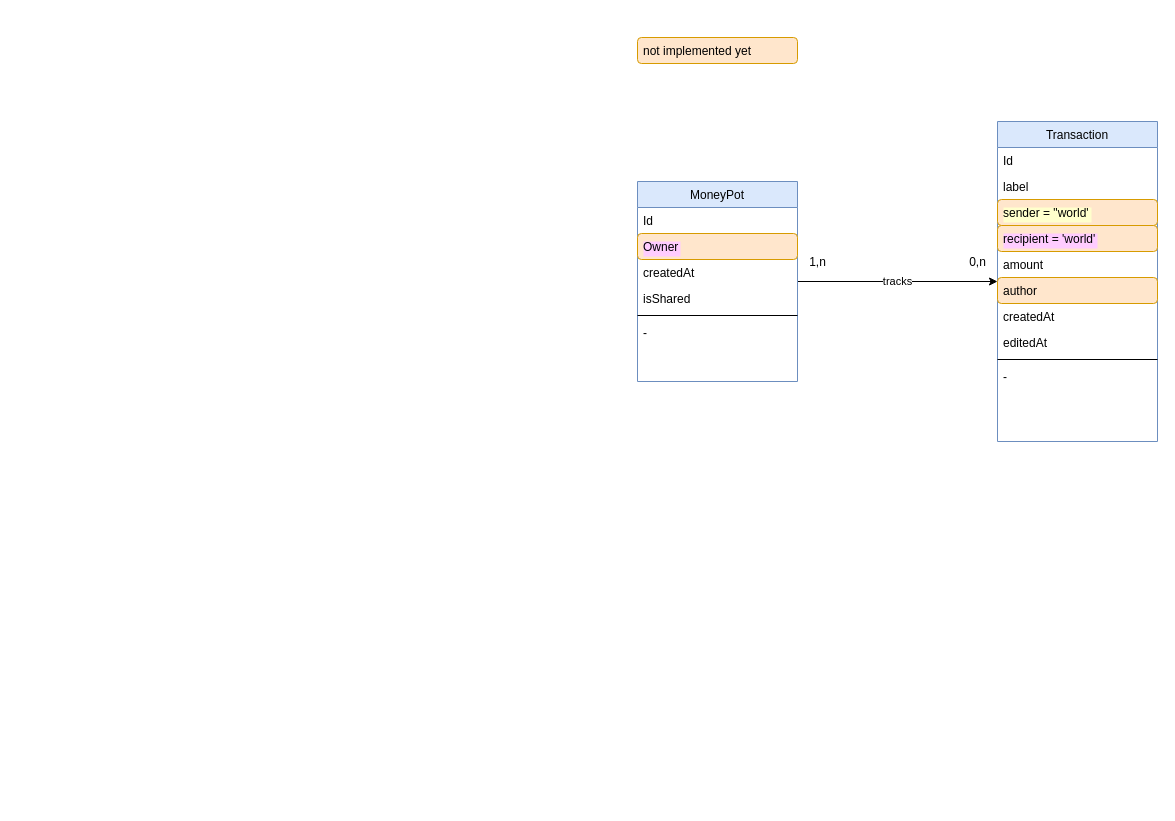
Earlier version of the draw.io diagram notes/conception/MoneyTalk-classDiag-prototypeSimpleVer.drawio (ECPGPP/MoneyTalkDevEnv). Source tidied: cells renumbered, new cells numbered last; positions are measured from the earlier drawing's top-left corner, leaving out a move shared by most shapes. Both pictures are drawn from the tidied source at 100%, with x=0, y=0 at pixel (637, 37).
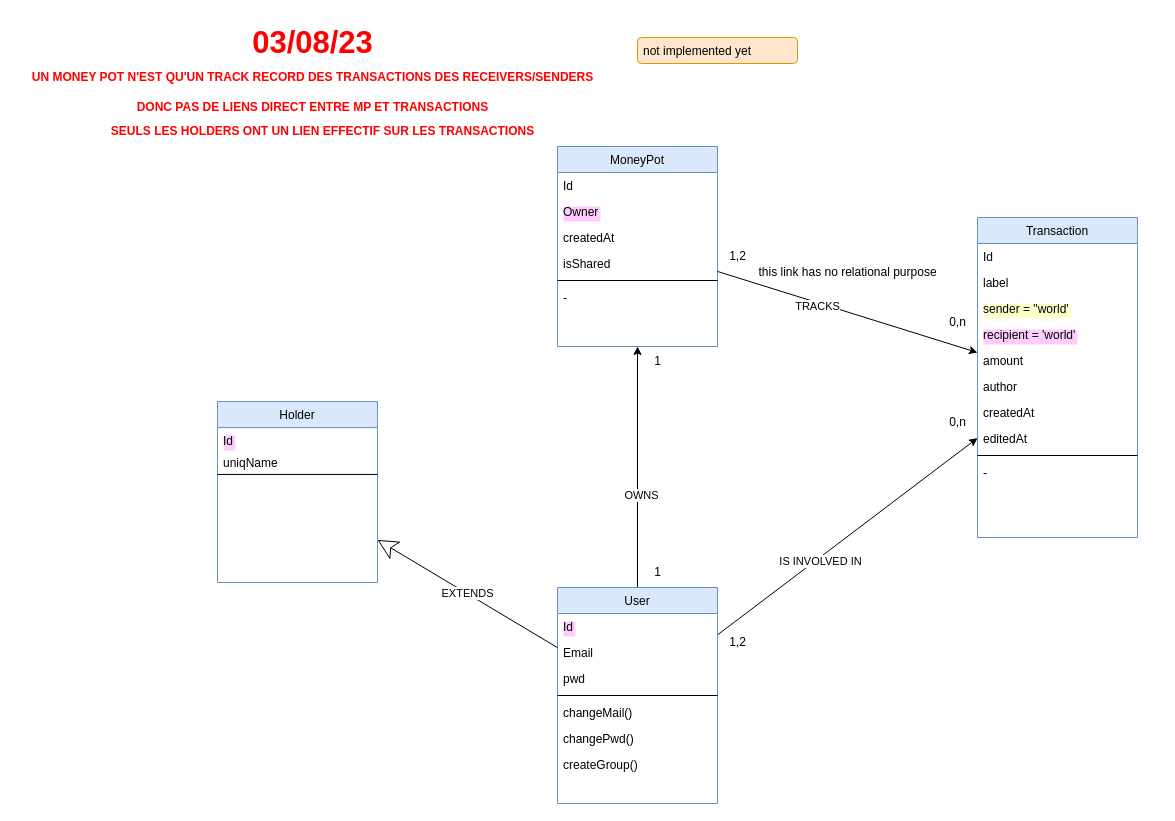
Above is the later version.

What changed in the source:
```diff
@@
-    <mxCell id="3" value="tracks" style="endArrow=classic;html=1;" parent="1" edge="1" source="5" target="14">
-      <mxGeometry relative="1" as="geometry" />
-    </mxCell>
-    <mxCell id="4" style="group;" parent="1" vertex="1">
-      <mxGeometry y="144" width="200" height="200" as="geometry" />
-    </mxCell>
-    <mxCell id="5" value="MoneyPot" style="swimlane;fontStyle=0;align=center;verticalAlign=top;horizontal=1;startSize=26;rounded=0;shadow=0;strokeWidth=1;glass=0;fillColor=#dae8fc;strokeColor=#6c8ebf;" parent="4" vertex="1">
-      <mxGeometry width="160" height="200" as="geometry" />
-    </mxCell>
-    <mxCell id="6" value="Id" style="text;align=left;verticalAlign=top;spacingLeft=4;spacingRight=4;overflow=hidden;rounded=1;shadow=0;html=0;" parent="5" vertex="1">
-      <mxGeometry y="26" width="160" height="26" as="geometry" />
-    </mxCell>
-    <mxCell id="7" value="Owner" style="text;align=left;verticalAlign=top;spacingLeft=4;spacingRight=4;overflow=hidden;rounded=1;shadow=0;html=0;labelBackgroundColor=#FFCCFF;strokeColor=#d79b00;fillColor=#ffe6cc;" parent="5" vertex="1">
-      <mxGeometry y="52" width="160" height="26" as="geometry" />
-    </mxCell>
-    <mxCell id="8" value="createdAt" style="text;align=left;verticalAlign=top;spacingLeft=4;spacingRight=4;overflow=hidden;rounded=1;shadow=0;html=0;" parent="5" vertex="1">
-      <mxGeometry y="78" width="160" height="26" as="geometry" />
-    </mxCell>
-    <mxCell id="9" value="isShared" style="text;align=left;verticalAlign=top;spacingLeft=4;spacingRight=4;overflow=hidden;rounded=1;shadow=0;html=0;" parent="5" vertex="1">
-      <mxGeometry y="104" width="160" height="26" as="geometry" />
-    </mxCell>
-    <mxCell id="10" style="line;html=1;strokeWidth=1;align=left;verticalAlign=middle;spacingTop=-1;spacingLeft=3;spacingRight=3;labelPosition=right;rounded=1;" parent="5" vertex="1">
-      <mxGeometry y="130" width="160" height="8" as="geometry" />
-    </mxCell>
-    <mxCell id="11" value="-" style="text;align=left;verticalAlign=top;spacingLeft=4;spacingRight=4;overflow=hidden;rounded=1;" parent="5" vertex="1">
-      <mxGeometry y="138" width="160" height="26" as="geometry" />
-    </mxCell>
-    <mxCell id="12" value="1,n" style="text;html=1;align=center;verticalAlign=middle;strokeColor=none;fillColor=none;" parent="4" vertex="1">
-      <mxGeometry x="160" y="66" width="40" height="30" as="geometry" />
-    </mxCell>
     <mxCell id="13" style="group;" parent="1" vertex="1">
-      <mxGeometry x="320" y="84" width="200" height="320" as="geometry" />
+      <mxGeometry x="300" y="180" width="200" height="320" as="geometry" />
     </mxCell>
+    <mxCell id="26" style="group;" parent="13" vertex="1">
+      <mxGeometry width="200" height="320" as="geometry" />
+    </mxCell>
-    <mxCell id="14" value="Transaction" style="swimlane;fontStyle=0;align=center;verticalAlign=top;horizontal=1;startSize=26;rounded=0;shadow=0;strokeWidth=1;glass=0;fillColor=#dae8fc;strokeColor=#6c8ebf;" parent="13" vertex="1">
+    <mxCell id="14" value="Transaction" style="swimlane;fontStyle=0;align=center;verticalAlign=top;horizontal=1;startSize=26;rounded=0;shadow=0;strokeWidth=1;glass=0;fillColor=#dae8fc;strokeColor=#6c8ebf;" parent="26" vertex="1">
       <mxGeometry x="40" width="160" height="320" as="geometry" />
     </mxCell>
@@
-    <mxCell id="17" value="sender = &quot;world'" style="text;align=left;verticalAlign=top;spacingLeft=4;spacingRight=4;overflow=hidden;rounded=1;shadow=0;html=0;strokeColor=#d79b00;labelBackgroundColor=#FFFFCC;fillColor=#ffe6cc;" parent="14" vertex="1">
+    <mxCell id="17" value="sender = &quot;world'" style="text;align=left;verticalAlign=top;spacingLeft=4;spacingRight=4;overflow=hidden;rounded=1;shadow=0;html=0;strokeColor=none;labelBackgroundColor=#FFFFCC;fillColor=none;" parent="14" vertex="1">
       <mxGeometry y="78" width="160" height="26" as="geometry" />
     </mxCell>
-    <mxCell id="18" value="recipient = 'world'" style="text;align=left;verticalAlign=top;spacingLeft=4;spacingRight=4;overflow=hidden;rounded=1;shadow=0;html=0;strokeColor=#d79b00;labelBackgroundColor=#FFCCFF;fillColor=#ffe6cc;" parent="14" vertex="1">
+    <mxCell id="18" value="recipient = 'world'" style="text;align=left;verticalAlign=top;spacingLeft=4;spacingRight=4;overflow=hidden;rounded=1;shadow=0;html=0;strokeColor=none;labelBackgroundColor=#FFCCFF;fillColor=none;" parent="14" vertex="1">
       <mxGeometry y="104" width="160" height="26" as="geometry" />
     </mxCell>
@@
-    <mxCell id="20" value="author" style="text;align=left;verticalAlign=top;spacingLeft=4;spacingRight=4;overflow=hidden;rounded=1;shadow=0;html=0;strokeColor=#d79b00;fillColor=#ffe6cc;" parent="14" vertex="1">
+    <mxCell id="20" value="author" style="text;align=left;verticalAlign=top;spacingLeft=4;spacingRight=4;overflow=hidden;rounded=1;shadow=0;html=0;strokeColor=none;fillColor=none;" parent="14" vertex="1">
       <mxGeometry y="156" width="160" height="26" as="geometry" />
     </mxCell>
@@
-    <mxCell id="25" value="0,n" style="text;html=1;align=center;verticalAlign=middle;strokeColor=none;fillColor=none;" parent="13" vertex="1">
-      <mxGeometry y="126" width="40" height="30" as="geometry" />
-    </mxCell>
+    <mxCell id="27" value="0,n" style="text;html=1;align=center;verticalAlign=middle;strokeColor=none;fillColor=none;" parent="26" vertex="1">
+      <mxGeometry y="190" width="40" height="30" as="geometry" />
+    </mxCell>
+    <mxCell id="28" value="0,n" style="text;html=1;align=center;verticalAlign=middle;strokeColor=none;fillColor=none;" parent="26" vertex="1">
+      <mxGeometry y="90" width="40" height="30" as="geometry" />
+    </mxCell>
+    <mxCell id="29" value="&lt;b&gt;&lt;font color=&quot;#ff0000&quot;&gt;UN MONEY POT N'EST QU'UN TRACK RECORD DES TRANSACTIONS DES RECEIVERS/SENDERS&lt;/font&gt;&lt;/b&gt;" style="text;html=1;align=center;verticalAlign=middle;strokeColor=none;fillColor=none;" parent="1" vertex="1">
+      <mxGeometry x="-620" y="25" width="590" height="30" as="geometry" />
+    </mxCell>
+    <mxCell id="30" value="&lt;b&gt;&lt;font color=&quot;#ff0000&quot;&gt;DONC PAS DE LIENS DIRECT ENTRE MP ET TRANSACTIONS&lt;br&gt;&lt;/font&gt;&lt;/b&gt;" style="text;html=1;align=center;verticalAlign=middle;strokeColor=none;fillColor=none;" parent="1" vertex="1">
+      <mxGeometry x="-515" y="55" width="380" height="30" as="geometry" />
+    </mxCell>
+    <mxCell id="31" value="&lt;b&gt;&lt;font color=&quot;#ff0000&quot;&gt;SEULS LES HOLDERS ONT UN LIEN EFFECTIF SUR LES TRANSACTIONS&lt;br&gt;&lt;/font&gt;&lt;/b&gt;" style="text;html=1;align=center;verticalAlign=middle;strokeColor=none;fillColor=none;" parent="1" vertex="1">
+      <mxGeometry x="-540" y="79" width="450" height="30" as="geometry" />
+    </mxCell>
+    <mxCell id="32" value="&lt;b style=&quot;font-size: 31px;&quot;&gt;&lt;font color=&quot;#ff0000&quot; style=&quot;font-size: 31px;&quot;&gt;03/08/23&lt;br style=&quot;font-size: 31px;&quot;&gt;&lt;/font&gt;&lt;/b&gt;" style="text;html=1;align=center;verticalAlign=middle;strokeColor=none;fillColor=none;fontSize=31;" parent="1" vertex="1">
+      <mxGeometry x="-395" y="-20" width="140" height="50" as="geometry" />
+    </mxCell>
+    <mxCell id="33" style="endArrow=classic;html=1;" parent="1" edge="1" source="42" target="5">
+      <mxGeometry relative="1" as="geometry" />
+    </mxCell>
+    <mxCell id="34" value="OWNS" style="edgeLabel;html=1;align=center;verticalAlign=middle;" parent="33" vertex="1">
+      <mxGeometry x="-0.23" y="-3" relative="1" as="geometry" />
+    </mxCell>
+    <mxCell id="35" style="endArrow=classic;html=1;" parent="1" edge="1" source="42" target="14">
+      <mxGeometry relative="1" as="geometry" />
+    </mxCell>
+    <mxCell id="36" value="IS INVOLVED IN" style="edgeLabel;html=1;align=center;verticalAlign=middle;" parent="35" vertex="1">
+      <mxGeometry x="-0.23" y="-3" relative="1" as="geometry" />
+    </mxCell>
+    <mxCell id="37" style="group;" parent="1" vertex="1">
+      <mxGeometry x="-80" y="109" width="200" height="230" as="geometry" />
+    </mxCell>
+    <mxCell id="4" style="group;" parent="37" vertex="1">
+      <mxGeometry width="200" height="200" as="geometry" />
+    </mxCell>
+    <mxCell id="5" value="MoneyPot" style="swimlane;fontStyle=0;align=center;verticalAlign=top;horizontal=1;startSize=26;rounded=0;shadow=0;strokeWidth=1;glass=0;fillColor=#dae8fc;strokeColor=#6c8ebf;" parent="4" vertex="1">
+      <mxGeometry width="160" height="200" as="geometry" />
+    </mxCell>
+    <mxCell id="6" value="Id" style="text;align=left;verticalAlign=top;spacingLeft=4;spacingRight=4;overflow=hidden;rounded=1;shadow=0;html=0;" parent="5" vertex="1">
+      <mxGeometry y="26" width="160" height="26" as="geometry" />
+    </mxCell>
+    <mxCell id="7" value="Owner" style="text;align=left;verticalAlign=top;spacingLeft=4;spacingRight=4;overflow=hidden;rounded=1;shadow=0;html=0;labelBackgroundColor=#FFCCFF;strokeColor=none;fillColor=none;" parent="5" vertex="1">
+      <mxGeometry y="52" width="160" height="26" as="geometry" />
+    </mxCell>
+    <mxCell id="8" value="createdAt" style="text;align=left;verticalAlign=top;spacingLeft=4;spacingRight=4;overflow=hidden;rounded=1;shadow=0;html=0;" parent="5" vertex="1">
+      <mxGeometry y="78" width="160" height="26" as="geometry" />
+    </mxCell>
+    <mxCell id="9" value="isShared" style="text;align=left;verticalAlign=top;spacingLeft=4;spacingRight=4;overflow=hidden;rounded=1;shadow=0;html=0;" parent="5" vertex="1">
+      <mxGeometry y="104" width="160" height="26" as="geometry" />
+    </mxCell>
+    <mxCell id="10" style="line;html=1;strokeWidth=1;align=left;verticalAlign=middle;spacingTop=-1;spacingLeft=3;spacingRight=3;labelPosition=right;rounded=1;" parent="5" vertex="1">
+      <mxGeometry y="130" width="160" height="8" as="geometry" />
+    </mxCell>
+    <mxCell id="11" value="-" style="text;align=left;verticalAlign=top;spacingLeft=4;spacingRight=4;overflow=hidden;rounded=1;" parent="5" vertex="1">
+      <mxGeometry y="138" width="160" height="26" as="geometry" />
+    </mxCell>
+    <mxCell id="38" value="1,2" style="text;html=1;align=center;verticalAlign=middle;strokeColor=none;fillColor=none;" parent="4" vertex="1">
+      <mxGeometry x="160" y="95" width="40" height="30" as="geometry" />
+    </mxCell>
+    <mxCell id="39" value="1" style="text;html=1;align=center;verticalAlign=middle;strokeColor=none;fillColor=none;" parent="37" vertex="1">
+      <mxGeometry x="85" y="200" width="30" height="30" as="geometry" />
+    </mxCell>
+    <mxCell id="40" style="group;" parent="1" vertex="1">
+      <mxGeometry x="-80" y="520" width="205" height="246" as="geometry" />
+    </mxCell>
+    <mxCell id="12" value="1,2" style="text;html=1;align=center;verticalAlign=middle;strokeColor=none;fillColor=none;" parent="40" vertex="1">
+      <mxGeometry x="160" y="70" width="40" height="30" as="geometry" />
+    </mxCell>
+    <mxCell id="41" style="group;" parent="40" vertex="1">
+      <mxGeometry width="160" height="246" as="geometry" />
+    </mxCell>
+    <mxCell id="42" value="User" style="swimlane;fontStyle=0;align=center;verticalAlign=top;horizontal=1;startSize=26;rounded=0;shadow=0;strokeWidth=1;glass=0;fillColor=#dae8fc;strokeColor=#6c8ebf;" parent="41" vertex="1">
+      <mxGeometry y="30" width="160" height="216" as="geometry" />
+    </mxCell>
+    <mxCell id="43" value="Id" style="text;align=left;verticalAlign=top;spacingLeft=4;spacingRight=4;overflow=hidden;rounded=1;shadow=0;html=0;labelBackgroundColor=#FFCCFF;" parent="42" vertex="1">
+      <mxGeometry y="26" width="160" height="26" as="geometry" />
+    </mxCell>
+    <mxCell id="44" value="Email" style="text;align=left;verticalAlign=top;spacingLeft=4;spacingRight=4;overflow=hidden;rounded=1;shadow=0;html=0;" parent="42" vertex="1">
+      <mxGeometry y="52" width="160" height="26" as="geometry" />
+    </mxCell>
+    <mxCell id="45" value="pwd" style="text;align=left;verticalAlign=top;spacingLeft=4;spacingRight=4;overflow=hidden;rounded=1;shadow=0;html=0;" parent="42" vertex="1">
+      <mxGeometry y="78" width="160" height="26" as="geometry" />
+    </mxCell>
+    <mxCell id="46" style="line;html=1;strokeWidth=1;align=left;verticalAlign=middle;spacingTop=-1;spacingLeft=3;spacingRight=3;labelPosition=right;rounded=1;" parent="42" vertex="1">
+      <mxGeometry y="104" width="160" height="8" as="geometry" />
+    </mxCell>
+    <mxCell id="47" value="changeMail()" style="text;align=left;verticalAlign=top;spacingLeft=4;spacingRight=4;overflow=hidden;rounded=1;" parent="42" vertex="1">
+      <mxGeometry y="112" width="160" height="26" as="geometry" />
+    </mxCell>
+    <mxCell id="48" value="changePwd()" style="text;align=left;verticalAlign=top;spacingLeft=4;spacingRight=4;overflow=hidden;rounded=1;" parent="42" vertex="1">
+      <mxGeometry y="138" width="160" height="26" as="geometry" />
+    </mxCell>
+    <mxCell id="49" value="createGroup()" style="text;align=left;verticalAlign=top;spacingLeft=4;spacingRight=4;overflow=hidden;rounded=1;" parent="42" vertex="1">
+      <mxGeometry y="164" width="160" height="26" as="geometry" />
+    </mxCell>
+    <mxCell id="50" value="1" style="text;html=1;align=center;verticalAlign=middle;strokeColor=none;fillColor=none;" parent="41" vertex="1">
+      <mxGeometry x="85" width="30" height="30" as="geometry" />
+    </mxCell>
+    <mxCell id="3" style="endArrow=classic;html=1;" parent="1" edge="1" source="5" target="14">
+      <mxGeometry relative="1" as="geometry" />
+    </mxCell>
+    <mxCell id="51" value="TRACKS" style="edgeLabel;html=1;align=center;verticalAlign=middle;" parent="3" vertex="1">
+      <mxGeometry x="-0.23" y="-3" relative="1" as="geometry" />
+    </mxCell>
+    <mxCell id="52" value="this link has no relational purpose" style="text;html=1;align=center;verticalAlign=middle;strokeColor=none;fillColor=none;" parent="1" vertex="1">
+      <mxGeometry x="110" y="220" width="200" height="30" as="geometry" />
+    </mxCell>
+    <mxCell id="53" style="group;" parent="1" vertex="1">
+      <mxGeometry x="-420" y="339" width="205" height="206" as="geometry" />
+    </mxCell>
+    <mxCell id="54" style="group;" parent="53" vertex="1">
+      <mxGeometry width="160" height="206" as="geometry" />
+    </mxCell>
+    <mxCell id="55" value="Holder" style="swimlane;fontStyle=0;align=center;verticalAlign=top;horizontal=1;startSize=26;rounded=0;shadow=0;strokeWidth=1;glass=0;fillColor=#dae8fc;strokeColor=#6c8ebf;" parent="54" vertex="1">
+      <mxGeometry y="25.1" width="160" height="180.9" as="geometry" />
+    </mxCell>
+    <mxCell id="56" value="Id" style="text;align=left;verticalAlign=top;spacingLeft=4;spacingRight=4;overflow=hidden;rounded=1;shadow=0;html=0;labelBackgroundColor=#FFCCFF;" parent="55" vertex="1">
+      <mxGeometry y="26" width="160" height="21.8" as="geometry" />
+    </mxCell>
+    <mxCell id="57" value="uniqName" style="text;align=left;verticalAlign=top;spacingLeft=4;spacingRight=4;overflow=hidden;rounded=1;shadow=0;html=0;" parent="55" vertex="1">
+      <mxGeometry y="47.8" width="160" height="21.8" as="geometry" />
+    </mxCell>
+    <mxCell id="58" style="line;html=1;strokeWidth=1;align=left;verticalAlign=middle;spacingTop=-1;spacingLeft=3;spacingRight=3;labelPosition=right;rounded=1;" parent="55" vertex="1">
+      <mxGeometry y="69.5" width="160" height="6.7" as="geometry" />
+    </mxCell>
+    <mxCell id="59" value="EXTENDS" style="endArrow=classic;html=1;endFill=0;endSize=18;" parent="1" edge="1" source="42" target="55">
+      <mxGeometry relative="1" as="geometry" />
+    </mxCell>
```
